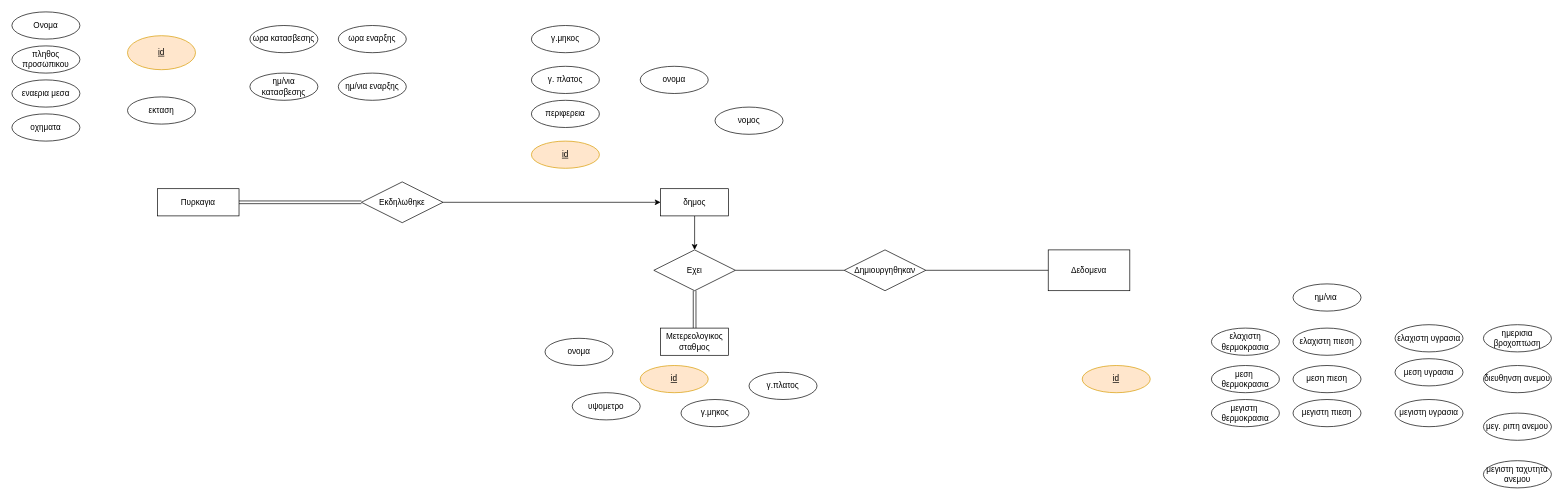
Earlier version of the draw.io diagram page "Σελίδα-2" (2 of 3) of Ανώνυμο διάγραμμα.drawio (NotHaku/DataBaseProject). Source tidied: cells renumbered, new cells numbered last; positions are measured from the earlier drawing's top-left corner, leaving out a move shared by most shapes. Both pictures are drawn from the tidied source at 68%, with x=0, y=0 at pixel (12, 12).
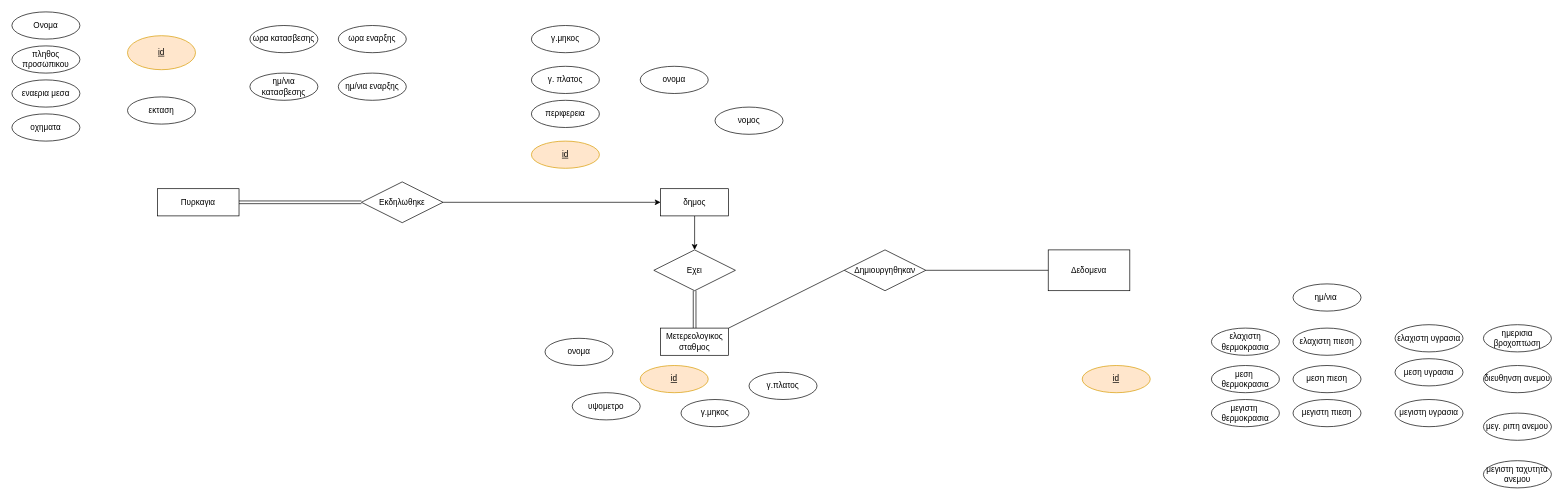
The same page after the edit.

Unchanged cells that the change refers to:
```xml
<mxCell id="5" value="Μετερεολογικος σταθμος" style="whiteSpace=wrap;html=1;align=center;fontFamily=Helvetica;gradientColor=none;" parent="1" vertex="1">
  <mxGeometry x="954" y="465" width="100" height="40" as="geometry" />
</mxCell>
<mxCell id="48" value="Δημιουργηθηκαν" style="shape=rhombus;perimeter=rhombusPerimeter;whiteSpace=wrap;html=1;align=center;fontFamily=Helvetica;gradientColor=none;" parent="1" vertex="1">
  <mxGeometry x="1224" y="350" width="120" height="60" as="geometry" />
</mxCell>
```

The edit, as a diff of the source:
```diff
@@
-    <mxCell id="50" style="line;strokeWidth=1;dashed=0;labelPosition=right;align=left;verticalAlign=middle;spacingTop=0;spacingLeft=6;fontFamily=Helvetica;gradientColor=none;" parent="1" vertex="1">
-      <mxGeometry x="1064" y="375" width="160" height="10" as="geometry" />
-    </mxCell>
+    <mxCell id="51" style="endArrow=none;html=1;rounded=0;fontFamily=Helvetica;exitX=1;exitY=0;exitDx=0;exitDy=0;entryX=0;entryY=0.5;entryDx=0;entryDy=0;" parent="1" edge="1" source="5" target="48">
+      <mxGeometry relative="1" as="geometry" />
+    </mxCell>
```
